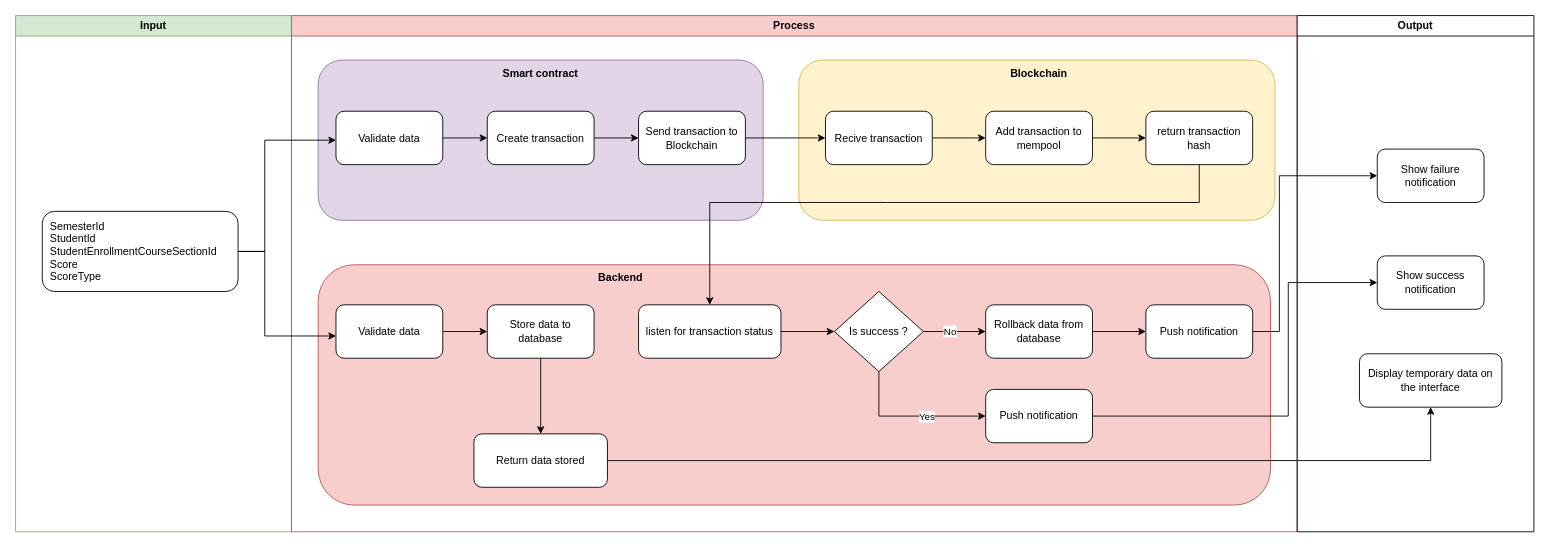
ptduy14/student-grade-management-using-blockchain keeps this draw.io diagram as Untitled Diagram.drawio. Above is the earlier version. Source tidied: cells renumbered, new cells numbered last; positions are measured from the earlier drawing's top-left corner, leaving out a move shared by most shapes. Both pictures are drawn from the tidied source at 89%, with x=0, y=0 at pixel (15, 15).
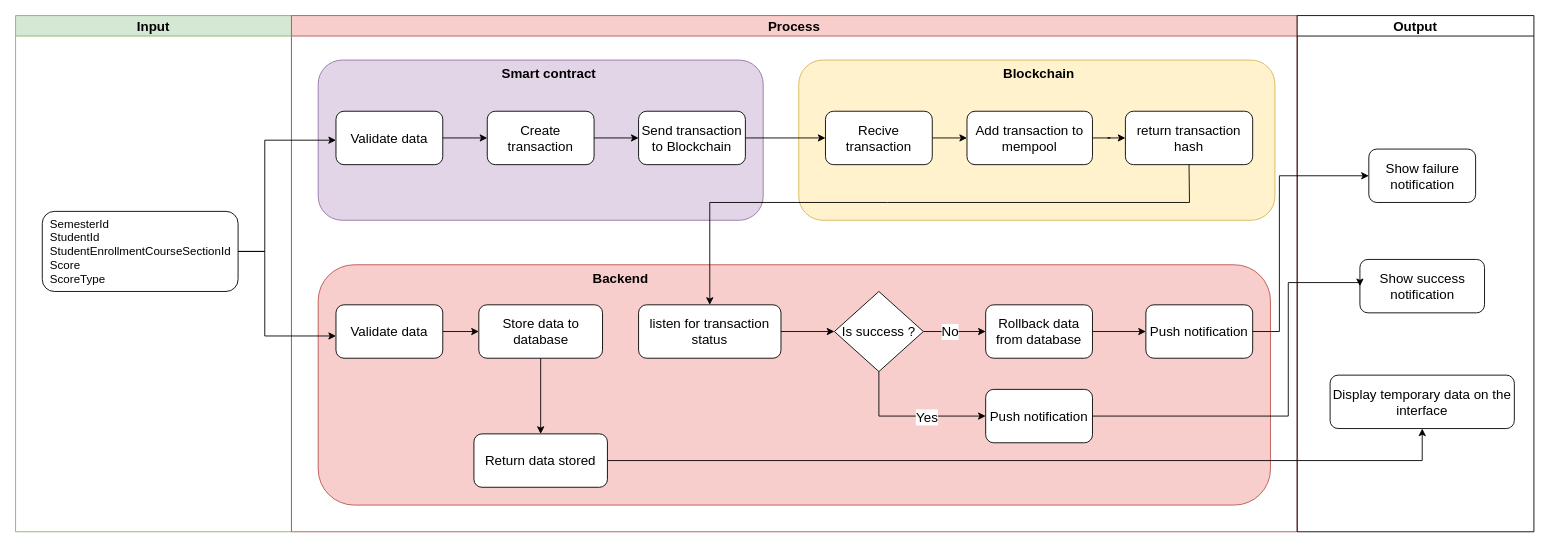
Above is the later version.

Diff of the diagram source:
```diff
@@
-    <mxCell id="2" value="Input" style="swimlane;whiteSpace=wrap;html=1;fillColor=#d5e8d4;strokeColor=#82b366;" parent="1" vertex="1">
+    <mxCell id="2" value="Input" style="swimlane;whiteSpace=wrap;html=1;fillColor=#d5e8d4;strokeColor=#82b366;fontSize=15;" parent="1" vertex="1">
       <mxGeometry width="310" height="580" as="geometry" />
     </mxCell>
-    <mxCell id="3" value="SemesterId&lt;div&gt;StudentId&lt;/div&gt;&lt;div&gt;StudentEnrollmentCourseSectionId&lt;/div&gt;&lt;div&gt;Score&lt;/div&gt;&lt;div&gt;ScoreType&lt;/div&gt;" style="rounded=1;whiteSpace=wrap;html=1;align=left;spacingLeft=7;" parent="2" vertex="1">
+    <mxCell id="3" value="SemesterId&lt;div&gt;StudentId&lt;/div&gt;&lt;div&gt;StudentEnrollmentCourseSectionId&lt;/div&gt;&lt;div&gt;Score&lt;/div&gt;&lt;div&gt;ScoreType&lt;/div&gt;" style="rounded=1;whiteSpace=wrap;html=1;align=left;spacingLeft=7;fontSize=13;" parent="2" vertex="1">
       <mxGeometry x="30" y="220" width="220" height="90" as="geometry" />
     </mxCell>
-    <mxCell id="4" value="Process" style="swimlane;whiteSpace=wrap;html=1;fillColor=#f8cecc;strokeColor=#b85450;" parent="1" vertex="1">
+    <mxCell id="4" value="Process" style="swimlane;whiteSpace=wrap;html=1;fillColor=#f8cecc;strokeColor=#b85450;fontSize=15;" parent="1" vertex="1">
       <mxGeometry x="310" width="1130" height="580" as="geometry" />
     </mxCell>
-    <mxCell id="5" style="rounded=1;whiteSpace=wrap;html=1;fillColor=#e1d5e7;strokeColor=#9673a6;" parent="4" vertex="1">
+    <mxCell id="5" style="rounded=1;whiteSpace=wrap;html=1;fillColor=#e1d5e7;strokeColor=#9673a6;fontSize=15;" parent="4" vertex="1">
       <mxGeometry x="30" y="50" width="500" height="180" as="geometry" />
     </mxCell>
-    <mxCell id="6" value="Validate data" style="rounded=1;whiteSpace=wrap;html=1;" parent="4" vertex="1">
+    <mxCell id="6" value="Validate data" style="rounded=1;whiteSpace=wrap;html=1;fontSize=15;" parent="4" vertex="1">
       <mxGeometry x="50" y="107.5" width="120" height="60" as="geometry" />
     </mxCell>
-    <mxCell id="7" style="rounded=1;whiteSpace=wrap;html=1;fillColor=#fff2cc;strokeColor=#d6b656;" parent="4" vertex="1">
+    <mxCell id="7" style="rounded=1;whiteSpace=wrap;html=1;fillColor=#fff2cc;strokeColor=#d6b656;fontSize=15;" parent="4" vertex="1">
       <mxGeometry x="570" y="50" width="535" height="180" as="geometry" />
     </mxCell>
-    <mxCell id="8" style="edgeStyle=orthogonalEdgeStyle;rounded=0;jettySize=auto;html=1;exitX=1;exitY=0.5;exitDx=0;exitDy=0;entryX=0;entryY=0.5;entryDx=0;entryDy=0;" parent="4" edge="1" source="9" target="14">
+    <mxCell id="8" style="edgeStyle=orthogonalEdgeStyle;rounded=0;jettySize=auto;html=1;exitX=1;exitY=0.5;exitDx=0;exitDy=0;entryX=0;entryY=0.5;entryDx=0;entryDy=0;fontSize=15;" parent="4" edge="1" source="9" target="14">
       <mxGeometry relative="1" as="geometry" />
     </mxCell>
-    <mxCell id="9" value="Recive transaction" style="rounded=1;whiteSpace=wrap;html=1;" parent="4" vertex="1">
+    <mxCell id="9" value="Recive transaction" style="rounded=1;whiteSpace=wrap;html=1;fontSize=15;" parent="4" vertex="1">
       <mxGeometry x="600" y="107.5" width="120" height="60" as="geometry" />
     </mxCell>
-    <mxCell id="10" style="edgeStyle=orthogonalEdgeStyle;rounded=0;jettySize=auto;html=1;exitX=1;exitY=0.5;exitDx=0;exitDy=0;" parent="4" edge="1" source="11" target="34">
+    <mxCell id="10" style="edgeStyle=orthogonalEdgeStyle;rounded=0;jettySize=auto;html=1;exitX=1;exitY=0.5;exitDx=0;exitDy=0;fontSize=15;" parent="4" edge="1" source="11" target="34">
       <mxGeometry relative="1" as="geometry" />
     </mxCell>
-    <mxCell id="11" value="Create transaction" style="rounded=1;whiteSpace=wrap;html=1;" parent="4" vertex="1">
+    <mxCell id="11" value="Create transaction" style="rounded=1;whiteSpace=wrap;html=1;fontSize=15;" parent="4" vertex="1">
       <mxGeometry x="220" y="107.5" width="120" height="60" as="geometry" />
     </mxCell>
-    <mxCell id="12" style="endArrow=classic;html=1;rounded=0;exitX=1;exitY=0.5;exitDx=0;exitDy=0;entryX=0;entryY=0.5;entryDx=0;entryDy=0;" parent="4" edge="1" source="6" target="11">
+    <mxCell id="12" style="endArrow=classic;html=1;rounded=0;exitX=1;exitY=0.5;exitDx=0;exitDy=0;entryX=0;entryY=0.5;entryDx=0;entryDy=0;fontSize=15;" parent="4" edge="1" source="6" target="11">
       <mxGeometry relative="1" as="geometry" />
     </mxCell>
-    <mxCell id="13" style="edgeStyle=orthogonalEdgeStyle;rounded=0;jettySize=auto;html=1;exitX=1;exitY=0.5;exitDx=0;exitDy=0;" parent="4" edge="1" source="14" target="15">
+    <mxCell id="13" style="edgeStyle=orthogonalEdgeStyle;rounded=0;jettySize=auto;html=1;exitX=1;exitY=0.5;exitDx=0;exitDy=0;fontSize=15;" parent="4" edge="1" source="14" target="15">
       <mxGeometry relative="1" as="geometry" />
     </mxCell>
-    <mxCell id="14" value="Add transaction to mempool" style="rounded=1;whiteSpace=wrap;html=1;" parent="4" vertex="1">
-      <mxGeometry x="780" y="107.5" width="120" height="60" as="geometry" />
+    <mxCell id="14" value="Add transaction to mempool" style="rounded=1;whiteSpace=wrap;html=1;fontSize=15;" parent="4" vertex="1">
+      <mxGeometry x="759" y="107.5" width="141" height="60" as="geometry" />
     </mxCell>
-    <mxCell id="15" value="return transaction hash" style="rounded=1;whiteSpace=wrap;html=1;" parent="4" vertex="1">
-      <mxGeometry x="960" y="107.5" width="120" height="60" as="geometry" />
+    <mxCell id="15" value="return transaction hash" style="rounded=1;whiteSpace=wrap;html=1;fontSize=15;" parent="4" vertex="1">
+      <mxGeometry x="937" y="107.5" width="143" height="60" as="geometry" />
     </mxCell>
-    <mxCell id="16" style="rounded=1;whiteSpace=wrap;html=1;fillColor=#f8cecc;strokeColor=#b85450;" parent="4" vertex="1">
+    <mxCell id="16" style="rounded=1;whiteSpace=wrap;html=1;fillColor=#f8cecc;strokeColor=#b85450;fontSize=15;" parent="4" vertex="1">
       <mxGeometry x="30" y="280" width="1070" height="270" as="geometry" />
     </mxCell>
-    <mxCell id="17" style="edgeStyle=orthogonalEdgeStyle;rounded=0;jettySize=auto;html=1;exitX=1;exitY=0.5;exitDx=0;exitDy=0;" parent="4" edge="1" source="18" target="20">
+    <mxCell id="17" style="edgeStyle=orthogonalEdgeStyle;rounded=0;jettySize=auto;html=1;exitX=1;exitY=0.5;exitDx=0;exitDy=0;fontSize=15;" parent="4" edge="1" source="18" target="20">
       <mxGeometry relative="1" as="geometry" />
     </mxCell>
-    <mxCell id="18" value="Validate data" style="rounded=1;whiteSpace=wrap;html=1;" parent="4" vertex="1">
+    <mxCell id="18" value="Validate data" style="rounded=1;whiteSpace=wrap;html=1;fontSize=15;" parent="4" vertex="1">
       <mxGeometry x="50" y="325" width="120" height="60" as="geometry" />
     </mxCell>
-    <mxCell id="19" style="edgeStyle=orthogonalEdgeStyle;rounded=0;jettySize=auto;html=1;exitX=0.5;exitY=1;exitDx=0;exitDy=0;entryX=0.5;entryY=0;entryDx=0;entryDy=0;" parent="4" edge="1" source="20" target="35">
+    <mxCell id="19" style="edgeStyle=orthogonalEdgeStyle;rounded=0;jettySize=auto;html=1;exitX=0.5;exitY=1;exitDx=0;exitDy=0;entryX=0.5;entryY=0;entryDx=0;entryDy=0;fontSize=15;" parent="4" edge="1" source="20" target="35">
       <mxGeometry relative="1" as="geometry" />
     </mxCell>
-    <mxCell id="20" value="Store data to database" style="rounded=1;whiteSpace=wrap;html=1;" parent="4" vertex="1">
-      <mxGeometry x="220" y="325" width="120" height="60" as="geometry" />
+    <mxCell id="20" value="Store data to database" style="rounded=1;whiteSpace=wrap;html=1;fontSize=15;" parent="4" vertex="1">
+      <mxGeometry x="210.5" y="325" width="139" height="60" as="geometry" />
     </mxCell>
-    <mxCell id="21" style="edgeStyle=orthogonalEdgeStyle;rounded=0;jettySize=auto;html=1;exitX=1;exitY=0.5;exitDx=0;exitDy=0;" parent="4" edge="1" source="22" target="27">
+    <mxCell id="21" style="edgeStyle=orthogonalEdgeStyle;rounded=0;jettySize=auto;html=1;exitX=1;exitY=0.5;exitDx=0;exitDy=0;fontSize=15;" parent="4" edge="1" source="22" target="27">
       <mxGeometry relative="1" as="geometry" />
     </mxCell>
-    <mxCell id="22" value="listen for transaction status" style="rounded=1;whiteSpace=wrap;html=1;" parent="4" vertex="1">
+    <mxCell id="22" value="listen for transaction status" style="rounded=1;whiteSpace=wrap;html=1;fontSize=15;" parent="4" vertex="1">
       <mxGeometry x="390" y="325" width="160" height="60" as="geometry" />
     </mxCell>
-    <mxCell id="23" style="edgeStyle=orthogonalEdgeStyle;rounded=0;jettySize=auto;html=1;exitX=1;exitY=0.5;exitDx=0;exitDy=0;" parent="4" edge="1" source="27" target="29">
+    <mxCell id="23" style="edgeStyle=orthogonalEdgeStyle;rounded=0;jettySize=auto;html=1;exitX=1;exitY=0.5;exitDx=0;exitDy=0;fontSize=15;" parent="4" edge="1" source="27" target="29">
       <mxGeometry relative="1" as="geometry" />
     </mxCell>
-    <mxCell id="24" value="No" style="edgeLabel;html=1;align=center;verticalAlign=middle;" parent="23" vertex="1">
+    <mxCell id="24" value="No" style="edgeLabel;html=1;align=center;verticalAlign=middle;fontSize=15;" parent="23" vertex="1">
       <mxGeometry x="-0.17" y="1" relative="1" as="geometry" />
     </mxCell>
-    <mxCell id="25" style="edgeStyle=orthogonalEdgeStyle;rounded=0;jettySize=auto;html=1;exitX=0.5;exitY=1;exitDx=0;exitDy=0;entryX=0;entryY=0.5;entryDx=0;entryDy=0;" parent="4" edge="1" source="27" target="37">
+    <mxCell id="25" style="edgeStyle=orthogonalEdgeStyle;rounded=0;jettySize=auto;html=1;exitX=0.5;exitY=1;exitDx=0;exitDy=0;entryX=0;entryY=0.5;entryDx=0;entryDy=0;fontSize=15;" parent="4" edge="1" source="27" target="37">
       <mxGeometry relative="1" as="geometry" />
     </mxCell>
-    <mxCell id="26" value="Yes" style="edgeLabel;html=1;align=center;verticalAlign=middle;" parent="25" vertex="1">
+    <mxCell id="26" value="Yes" style="edgeLabel;html=1;align=center;verticalAlign=middle;fontSize=15;" parent="25" vertex="1">
       <mxGeometry x="0.04" y="-2" relative="1" as="geometry">
         <mxPoint x="15" y="-2" as="offset" />
       </mxGeometry>
     </mxCell>
-    <mxCell id="27" value="Is success ?" style="rhombus;whiteSpace=wrap;html=1;" parent="4" vertex="1">
+    <mxCell id="27" value="Is success ?" style="rhombus;whiteSpace=wrap;html=1;fontSize=15;" parent="4" vertex="1">
       <mxGeometry x="610" y="310" width="100" height="90" as="geometry" />
     </mxCell>
-    <mxCell id="28" style="edgeStyle=orthogonalEdgeStyle;rounded=0;jettySize=auto;html=1;exitX=1;exitY=0.5;exitDx=0;exitDy=0;entryX=0;entryY=0.5;entryDx=0;entryDy=0;" parent="4" edge="1" source="29" target="38">
+    <mxCell id="28" style="edgeStyle=orthogonalEdgeStyle;rounded=0;jettySize=auto;html=1;exitX=1;exitY=0.5;exitDx=0;exitDy=0;entryX=0;entryY=0.5;entryDx=0;entryDy=0;fontSize=15;" parent="4" edge="1" source="29" target="38">
       <mxGeometry relative="1" as="geometry" />
     </mxCell>
-    <mxCell id="29" value="Rollback data from database" style="rounded=1;whiteSpace=wrap;html=1;" parent="4" vertex="1">
+    <mxCell id="29" value="Rollback data from database" style="rounded=1;whiteSpace=wrap;html=1;fontSize=15;" parent="4" vertex="1">
       <mxGeometry x="780" y="325" width="120" height="60" as="geometry" />
     </mxCell>
-    <mxCell id="30" value="&lt;b&gt;Smart contract&lt;/b&gt;" style="text;html=1;align=center;verticalAlign=middle;whiteSpace=wrap;rounded=0;" parent="4" vertex="1">
-      <mxGeometry x="230" y="50" width="100" height="30" as="geometry" />
+    <mxCell id="30" value="&lt;b&gt;Smart contract&lt;/b&gt;" style="text;html=1;align=center;verticalAlign=middle;whiteSpace=wrap;rounded=0;fontSize=15;" parent="4" vertex="1">
+      <mxGeometry x="230" y="50" width="119" height="30" as="geometry" />
     </mxCell>
-    <mxCell id="31" value="&lt;b&gt;Blockchain&lt;/b&gt;" style="text;html=1;align=center;verticalAlign=middle;whiteSpace=wrap;rounded=0;" parent="4" vertex="1">
+    <mxCell id="31" value="&lt;b&gt;Blockchain&lt;/b&gt;" style="text;html=1;align=center;verticalAlign=middle;whiteSpace=wrap;rounded=0;fontSize=15;" parent="4" vertex="1">
       <mxGeometry x="810" y="50" width="60" height="30" as="geometry" />
     </mxCell>
-    <mxCell id="32" value="&lt;b&gt;Backend&lt;/b&gt;" style="text;html=1;align=center;verticalAlign=middle;whiteSpace=wrap;rounded=0;" parent="4" vertex="1">
+    <mxCell id="32" value="&lt;b&gt;Backend&lt;/b&gt;" style="text;html=1;align=center;verticalAlign=middle;whiteSpace=wrap;rounded=0;fontSize=15;" parent="4" vertex="1">
       <mxGeometry x="340" y="280" width="60" height="30" as="geometry" />
     </mxCell>
-    <mxCell id="33" style="edgeStyle=orthogonalEdgeStyle;rounded=0;jettySize=auto;html=1;exitX=1;exitY=0.5;exitDx=0;exitDy=0;" parent="4" edge="1" source="34" target="9">
+    <mxCell id="33" style="edgeStyle=orthogonalEdgeStyle;rounded=0;jettySize=auto;html=1;exitX=1;exitY=0.5;exitDx=0;exitDy=0;fontSize=15;" parent="4" edge="1" source="34" target="9">
       <mxGeometry relative="1" as="geometry" />
     </mxCell>
-    <mxCell id="34" value="Send transaction to Blockchain" style="rounded=1;whiteSpace=wrap;html=1;" parent="4" vertex="1">
+    <mxCell id="34" value="Send transaction to Blockchain" style="rounded=1;whiteSpace=wrap;html=1;fontSize=15;" parent="4" vertex="1">
       <mxGeometry x="390" y="107.5" width="120" height="60" as="geometry" />
     </mxCell>
-    <mxCell id="35" value="Return data stored" style="rounded=1;whiteSpace=wrap;html=1;" parent="4" vertex="1">
+    <mxCell id="35" value="Return data stored" style="rounded=1;whiteSpace=wrap;html=1;fontSize=15;" parent="4" vertex="1">
       <mxGeometry x="205" y="470" width="150" height="60" as="geometry" />
     </mxCell>
-    <mxCell id="36" style="endArrow=classic;html=1;rounded=0;exitX=0.5;exitY=1;exitDx=0;exitDy=0;entryX=0.5;entryY=0;entryDx=0;entryDy=0;" parent="4" edge="1" source="15" target="22">
+    <mxCell id="36" style="endArrow=classic;html=1;rounded=0;exitX=0.5;exitY=1;exitDx=0;exitDy=0;entryX=0.5;entryY=0;entryDx=0;entryDy=0;fontSize=15;" parent="4" edge="1" source="15" target="22">
       <mxGeometry relative="1" as="geometry">
         <Array as="points">
-          <mxPoint x="1020" y="210" />
+          <mxPoint x="1009" y="210" />
           <mxPoint x="670" y="210" />
           <mxPoint x="470" y="210" />
         </Array>
       </mxGeometry>
     </mxCell>
-    <mxCell id="37" value="Push notification" style="rounded=1;whiteSpace=wrap;html=1;" parent="4" vertex="1">
+    <mxCell id="37" value="Push notification" style="rounded=1;whiteSpace=wrap;html=1;fontSize=15;" parent="4" vertex="1">
       <mxGeometry x="780" y="420" width="120" height="60" as="geometry" />
     </mxCell>
-    <mxCell id="38" value="Push notification" style="rounded=1;whiteSpace=wrap;html=1;" parent="4" vertex="1">
+    <mxCell id="38" value="Push notification" style="rounded=1;whiteSpace=wrap;html=1;fontSize=15;" parent="4" vertex="1">
       <mxGeometry x="960" y="325" width="120" height="60" as="geometry" />
     </mxCell>
-    <mxCell id="39" value="Output" style="swimlane;whiteSpace=wrap;html=1;" parent="1" vertex="1">
+    <mxCell id="39" value="Output" style="swimlane;whiteSpace=wrap;html=1;fontSize=15;" parent="1" vertex="1">
       <mxGeometry x="1440" width="266" height="580" as="geometry" />
     </mxCell>
-    <mxCell id="40" value="Display temporary data on the interface" style="rounded=1;whiteSpace=wrap;html=1;align=center;" parent="39" vertex="1">
-      <mxGeometry x="70" y="380" width="160" height="60" as="geometry" />
+    <mxCell id="40" value="Display temporary data on the interface" style="rounded=1;whiteSpace=wrap;html=1;align=center;fontSize=15;" parent="39" vertex="1">
+      <mxGeometry x="37" y="404" width="207" height="60" as="geometry" />
     </mxCell>
-    <mxCell id="41" value="Show failure notification" style="rounded=1;whiteSpace=wrap;html=1;" parent="39" vertex="1">
-      <mxGeometry x="90" y="150" width="120" height="60" as="geometry" />
+    <mxCell id="41" value="Show failure notification" style="rounded=1;whiteSpace=wrap;html=1;fontSize=15;" parent="39" vertex="1">
+      <mxGeometry x="80.5" y="150" width="120" height="60" as="geometry" />
     </mxCell>
-    <mxCell id="42" value="Show success notification" style="rounded=1;whiteSpace=wrap;html=1;" parent="39" vertex="1">
-      <mxGeometry x="90" y="270" width="120" height="60" as="geometry" />
+    <mxCell id="42" value="Show success notification" style="rounded=1;whiteSpace=wrap;html=1;fontSize=15;" parent="39" vertex="1">
+      <mxGeometry x="70.5" y="274" width="140" height="60" as="geometry" />
     </mxCell>
-    <mxCell id="43" style="edgeStyle=orthogonalEdgeStyle;rounded=0;jettySize=auto;html=1;exitX=1;exitY=0.5;exitDx=0;exitDy=0;" parent="1" edge="1" source="3">
+    <mxCell id="43" style="edgeStyle=orthogonalEdgeStyle;rounded=0;jettySize=auto;html=1;exitX=1;exitY=0.5;exitDx=0;exitDy=0;fontSize=15;" parent="1" edge="1" source="3">
       <mxGeometry relative="1" as="geometry">
         <mxPoint x="360" y="360" as="targetPoint" />
         <Array as="points">
           <mxPoint x="280" y="265" />
           <mxPoint x="280" y="360" />
         </Array>
       </mxGeometry>
     </mxCell>
-    <mxCell id="44" style="edgeStyle=orthogonalEdgeStyle;rounded=0;jettySize=auto;html=1;exitX=1;exitY=0.5;exitDx=0;exitDy=0;" parent="1" edge="1" source="3">
+    <mxCell id="44" style="edgeStyle=orthogonalEdgeStyle;rounded=0;jettySize=auto;html=1;exitX=1;exitY=0.5;exitDx=0;exitDy=0;fontSize=15;" parent="1" edge="1" source="3">
       <mxGeometry relative="1" as="geometry">
         <mxPoint x="360" y="140" as="targetPoint" />
         <Array as="points">
           <mxPoint x="280" y="265" />
           <mxPoint x="280" y="140" />
         </Array>
       </mxGeometry>
     </mxCell>
-    <mxCell id="45" style="edgeStyle=orthogonalEdgeStyle;rounded=0;jettySize=auto;html=1;exitX=1;exitY=0.5;exitDx=0;exitDy=0;entryX=0.5;entryY=1;entryDx=0;entryDy=0;" parent="1" edge="1" source="35" target="40">
-      <mxGeometry relative="1" as="geometry">
-        <Array as="points">
-          <mxPoint x="1590" y="500" />
-        </Array>
-      </mxGeometry>
-    </mxCell>
-    <mxCell id="46" style="edgeStyle=orthogonalEdgeStyle;rounded=0;jettySize=auto;html=1;exitX=1;exitY=0.5;exitDx=0;exitDy=0;entryX=0;entryY=0.5;entryDx=0;entryDy=0;" parent="1" edge="1" source="37" target="42">
+    <mxCell id="46" style="edgeStyle=orthogonalEdgeStyle;rounded=0;jettySize=auto;html=1;exitX=1;exitY=0.5;exitDx=0;exitDy=0;entryX=0;entryY=0.5;entryDx=0;entryDy=0;fontSize=15;" parent="1" edge="1" source="37" target="42">
       <mxGeometry relative="1" as="geometry">
         <Array as="points">
           <mxPoint x="1430" y="450" />
           <mxPoint x="1430" y="300" />
         </Array>
       </mxGeometry>
     </mxCell>
-    <mxCell id="47" style="edgeStyle=orthogonalEdgeStyle;rounded=0;jettySize=auto;html=1;exitX=1;exitY=0.5;exitDx=0;exitDy=0;entryX=0;entryY=0.5;entryDx=0;entryDy=0;" parent="1" edge="1" source="38" target="41">
+    <mxCell id="47" style="edgeStyle=orthogonalEdgeStyle;rounded=0;jettySize=auto;html=1;exitX=1;exitY=0.5;exitDx=0;exitDy=0;entryX=0;entryY=0.5;entryDx=0;entryDy=0;fontSize=15;" parent="1" edge="1" source="38" target="41">
       <mxGeometry relative="1" as="geometry">
         <Array as="points">
           <mxPoint x="1420" y="355" />
           <mxPoint x="1420" y="180" />
         </Array>
       </mxGeometry>
     </mxCell>
+    <mxCell id="45" style="edgeStyle=orthogonalEdgeStyle;rounded=0;jettySize=auto;html=1;exitX=1;exitY=0.5;exitDx=0;exitDy=0;entryX=0.5;entryY=1;entryDx=0;entryDy=0;" parent="1" edge="1" source="35" target="40">
+      <mxGeometry relative="1" as="geometry" />
+    </mxCell>
```
